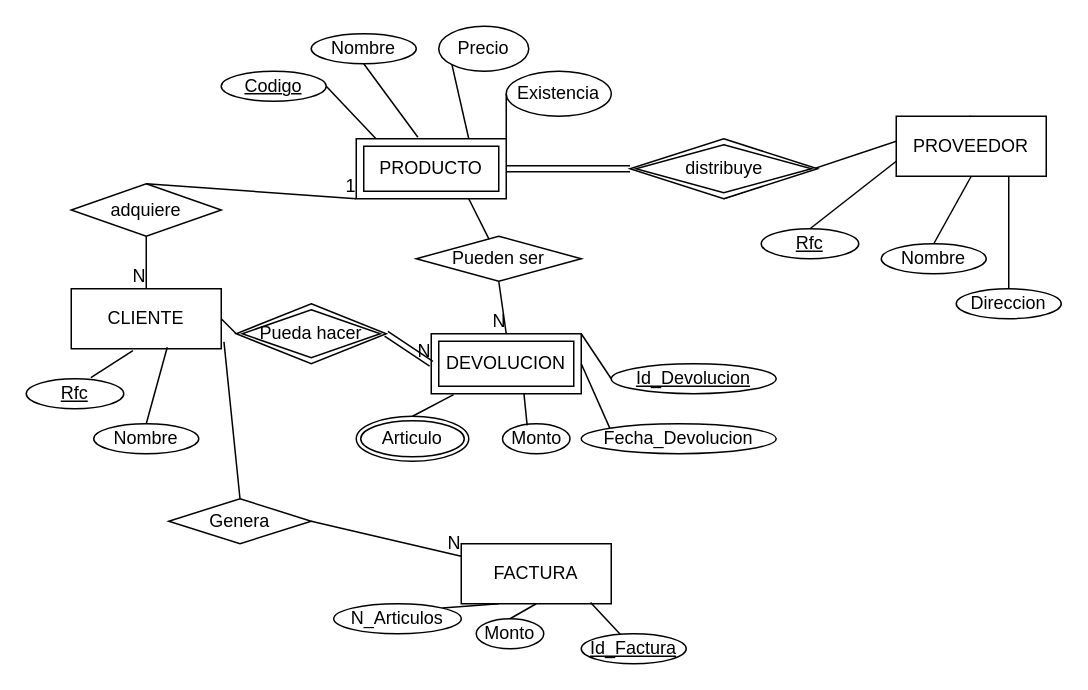
IsraMejia/DiagramasEntidadRelacion keeps this draw.io diagram as Untitled Diagram.drawio. Above is the earlier version. Source tidied: cells renumbered, new cells numbered last; positions are measured from the earlier drawing's top-left corner, leaving out a move shared by most shapes. Both pictures are drawn from the tidied source at 150%, with x=0, y=0 at pixel (26, 26).
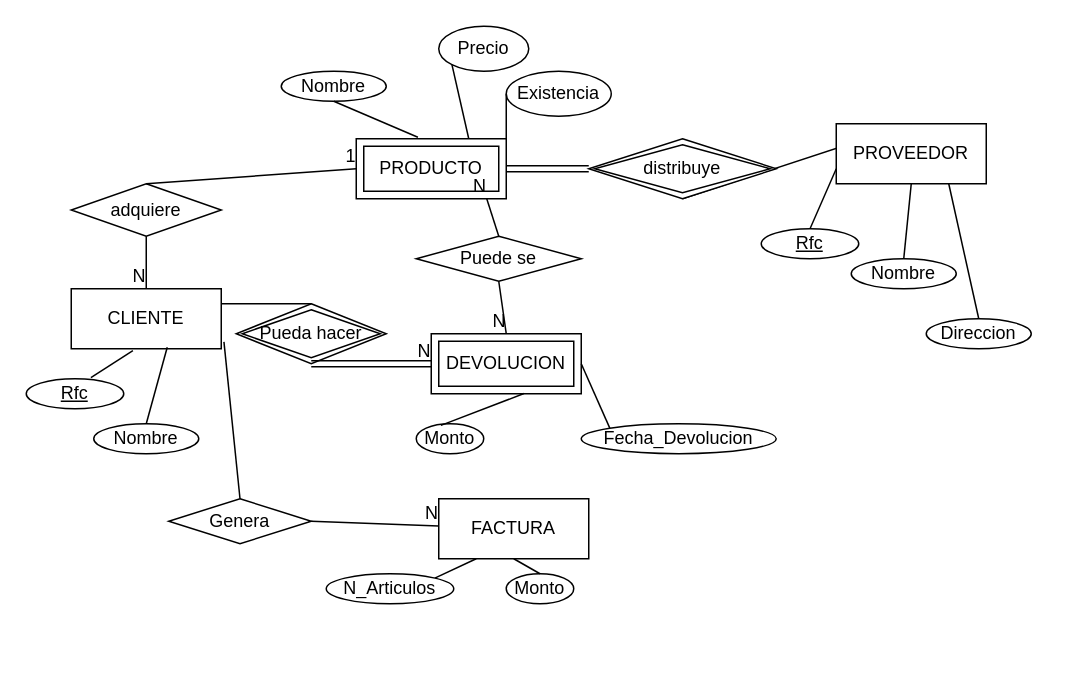
Above is the later version.

The change refers to these unchanged cells:
```xml
<mxCell id="10" value="PRODUCTO" style="shape=ext;margin=3;double=1;whiteSpace=wrap;html=1;align=center;" parent="1" vertex="1">
  <mxGeometry x="220" y="75" width="100" height="40" as="geometry" />
</mxCell>
<mxCell id="20" value="adquiere" style="shape=rhombus;perimeter=rhombusPerimeter;whiteSpace=wrap;html=1;align=center;" parent="1" vertex="1">
  <mxGeometry x="30" y="105" width="100" height="35" as="geometry" />
</mxCell>
<mxCell id="23" value="CLIENTE" style="whiteSpace=wrap;html=1;align=center;" parent="1" vertex="1">
  <mxGeometry x="30" y="175" width="100" height="40" as="geometry" />
</mxCell>
<mxCell id="42" value="DEVOLUCION" style="shape=ext;margin=3;double=1;whiteSpace=wrap;html=1;align=center;" parent="1" vertex="1">
  <mxGeometry x="270" y="205" width="100" height="40" as="geometry" />
</mxCell>
<mxCell id="43" value="Pueda hacer" style="shape=rhombus;double=1;perimeter=rhombusPerimeter;whiteSpace=wrap;html=1;align=center;" parent="1" vertex="1">
  <mxGeometry x="140" y="185" width="100" height="40" as="geometry" />
</mxCell>
```

What changed in the source:
```diff
@@
     <mxCell id="2" value="Nombre" style="ellipse;whiteSpace=wrap;html=1;align=center;" parent="1" vertex="1">
-      <mxGeometry x="190" y="5" width="70" height="20" as="geometry" />
+      <mxGeometry x="170" y="30" width="70" height="20" as="geometry" />
     </mxCell>
-    <mxCell id="3" value="Codigo" style="ellipse;whiteSpace=wrap;html=1;align=center;fontStyle=4;" parent="1" vertex="1">
-      <mxGeometry x="130" y="30" width="70" height="20" as="geometry" />
-    </mxCell>
@@
-    <mxCell id="6" style="endArrow=none;html=1;rounded=0;exitX=1;exitY=0.5;exitDx=0;exitDy=0;entryX=0.141;entryY=0.025;entryDx=0;entryDy=0;entryPerimeter=0;" parent="1" edge="1" source="3" target="10">
-      <mxGeometry relative="1" as="geometry" />
-    </mxCell>
@@
     <mxCell id="13" value="PROVEEDOR" style="whiteSpace=wrap;html=1;align=center;" parent="1" vertex="1">
-      <mxGeometry x="580" y="60" width="100" height="40" as="geometry" />
+      <mxGeometry x="540" y="65" width="100" height="40" as="geometry" />
     </mxCell>
     <mxCell id="14" value="Nombre" style="ellipse;whiteSpace=wrap;html=1;align=center;" parent="1" vertex="1">
-      <mxGeometry x="570" y="145" width="70" height="20" as="geometry" />
+      <mxGeometry x="550" y="155" width="70" height="20" as="geometry" />
     </mxCell>
@@
     <mxCell id="16" value="Direccion" style="ellipse;whiteSpace=wrap;html=1;align=center;" parent="1" vertex="1">
-      <mxGeometry x="620" y="175" width="70" height="20" as="geometry" />
+      <mxGeometry x="600" y="195" width="70" height="20" as="geometry" />
     </mxCell>
@@
-    <mxCell id="21" style="endArrow=none;html=1;rounded=0;entryX=0;entryY=1;entryDx=0;entryDy=0;exitX=0.5;exitY=0;exitDx=0;exitDy=0;" parent="1" edge="1" source="20" target="10">
+    <mxCell id="21" style="endArrow=none;html=1;rounded=0;entryX=0;entryY=0.5;entryDx=0;entryDy=0;exitX=0.5;exitY=0;exitDx=0;exitDy=0;" parent="1" edge="1" source="20" target="10">
       <mxGeometry relative="1" as="geometry" />
     </mxCell>
@@
     <mxCell id="30" value="distribuye" style="shape=rhombus;double=1;perimeter=rhombusPerimeter;whiteSpace=wrap;html=1;align=center;" parent="1" vertex="1">
-      <mxGeometry x="402.5" y="75" width="125" height="40" as="geometry" />
+      <mxGeometry x="375" y="75" width="125" height="40" as="geometry" />
     </mxCell>
     <mxCell id="31" value="FACTURA" style="whiteSpace=wrap;html=1;align=center;" parent="1" vertex="1">
-      <mxGeometry x="290" y="345" width="100" height="40" as="geometry" />
+      <mxGeometry x="275" y="315" width="100" height="40" as="geometry" />
     </mxCell>
-    <mxCell id="32" value="Id_Factura" style="ellipse;whiteSpace=wrap;html=1;align=center;fontStyle=4;" parent="1" vertex="1">
-      <mxGeometry x="370" y="405" width="70" height="20" as="geometry" />
-    </mxCell>
     <mxCell id="33" value="Monto" style="ellipse;whiteSpace=wrap;html=1;align=center;" parent="1" vertex="1">
-      <mxGeometry x="300" y="395" width="45" height="20" as="geometry" />
+      <mxGeometry x="320" y="365" width="45" height="20" as="geometry" />
     </mxCell>
@@
-    <mxCell id="36" style="endArrow=none;html=1;rounded=0;entryX=0.862;entryY=0.98;entryDx=0;entryDy=0;entryPerimeter=0;" parent="1" edge="1" source="32" target="31">
-      <mxGeometry relative="1" as="geometry" />
-    </mxCell>
@@
     <mxCell id="41" value="N_Articulos" style="ellipse;whiteSpace=wrap;html=1;align=center;" parent="1" vertex="1">
-      <mxGeometry x="205" y="385" width="85" height="20" as="geometry" />
+      <mxGeometry x="200" y="365" width="85" height="20" as="geometry" />
     </mxCell>
@@
-    <mxCell id="44" style="endArrow=none;html=1;rounded=0;exitX=1;exitY=0.5;exitDx=0;exitDy=0;entryX=0;entryY=0.5;entryDx=0;entryDy=0;" parent="1" edge="1" source="23" target="43">
+    <mxCell id="44" style="endArrow=none;html=1;rounded=0;entryX=0.5;entryY=0;entryDx=0;entryDy=0;exitX=1;exitY=0.25;exitDx=0;exitDy=0;" parent="1" edge="1" source="23" target="43">
       <mxGeometry relative="1" as="geometry" />
     </mxCell>
-    <mxCell id="45" style="shape=link;html=1;rounded=0;exitX=1;exitY=0.5;exitDx=0;exitDy=0;entryX=0;entryY=0.5;entryDx=0;entryDy=0;" parent="1" edge="1" source="43" target="42">
+    <mxCell id="45" style="shape=link;html=1;rounded=0;exitX=0.5;exitY=1;exitDx=0;exitDy=0;entryX=0;entryY=0.5;entryDx=0;entryDy=0;" parent="1" edge="1" source="43" target="42">
       <mxGeometry relative="1" as="geometry" />
     </mxCell>
@@
-    <mxCell id="47" value="Id_Devolucion" style="ellipse;whiteSpace=wrap;html=1;align=center;fontStyle=4;" parent="1" vertex="1">
-      <mxGeometry x="390" y="225" width="110" height="20" as="geometry" />
-    </mxCell>
-    <mxCell id="48" style="endArrow=none;html=1;rounded=0;exitX=1;exitY=0;exitDx=0;exitDy=0;entryX=0;entryY=0.5;entryDx=0;entryDy=0;" parent="1" edge="1" source="42" target="47">
-      <mxGeometry relative="1" as="geometry" />
-    </mxCell>
@@
-    <mxCell id="51" value="Articulo" style="ellipse;shape=doubleEllipse;margin=3;whiteSpace=wrap;html=1;align=center;" parent="1" vertex="1">
-      <mxGeometry x="220" y="260" width="75" height="30" as="geometry" />
-    </mxCell>
-    <mxCell id="52" style="endArrow=none;html=1;rounded=0;exitX=0.149;exitY=1.015;exitDx=0;exitDy=0;exitPerimeter=0;entryX=0.5;entryY=0;entryDx=0;entryDy=0;" parent="1" edge="1" source="42" target="51">
-      <mxGeometry relative="1" as="geometry" />
-    </mxCell>
     <mxCell id="53" value="Monto" style="ellipse;whiteSpace=wrap;html=1;align=center;" parent="1" vertex="1">
-      <mxGeometry x="317.5" y="265" width="45" height="20" as="geometry" />
+      <mxGeometry x="260" y="265" width="45" height="20" as="geometry" />
     </mxCell>
@@
-    <mxCell id="55" value="Pueden ser" style="shape=rhombus;perimeter=rhombusPerimeter;whiteSpace=wrap;html=1;align=center;" parent="1" vertex="1">
+    <mxCell id="55" value="Puede se" style="shape=rhombus;perimeter=rhombusPerimeter;whiteSpace=wrap;html=1;align=center;" parent="1" vertex="1">
       <mxGeometry x="260" y="140" width="110" height="30" as="geometry" />
     </mxCell>
-    <mxCell id="56" style="endArrow=none;html=1;rounded=0;entryX=0.75;entryY=1;entryDx=0;entryDy=0;" parent="1" edge="1" source="55" target="10">
-      <mxGeometry relative="1" as="geometry" />
-    </mxCell>
@@
+    <mxCell id="56" style="endArrow=none;html=1;rounded=0;exitX=0.5;exitY=0;exitDx=0;exitDy=0;entryX=0.87;entryY=1;entryDx=0;entryDy=0;entryPerimeter=0;" parent="1" edge="1" source="55" target="10">
+      <mxGeometry relative="1" as="geometry" />
+    </mxCell>
+    <mxCell id="59" value="N" style="html=1;align=right;verticalAlign=bottom;" parent="56" vertex="1">
+      <mxGeometry x="1" relative="1" as="geometry" />
+    </mxCell>
```
